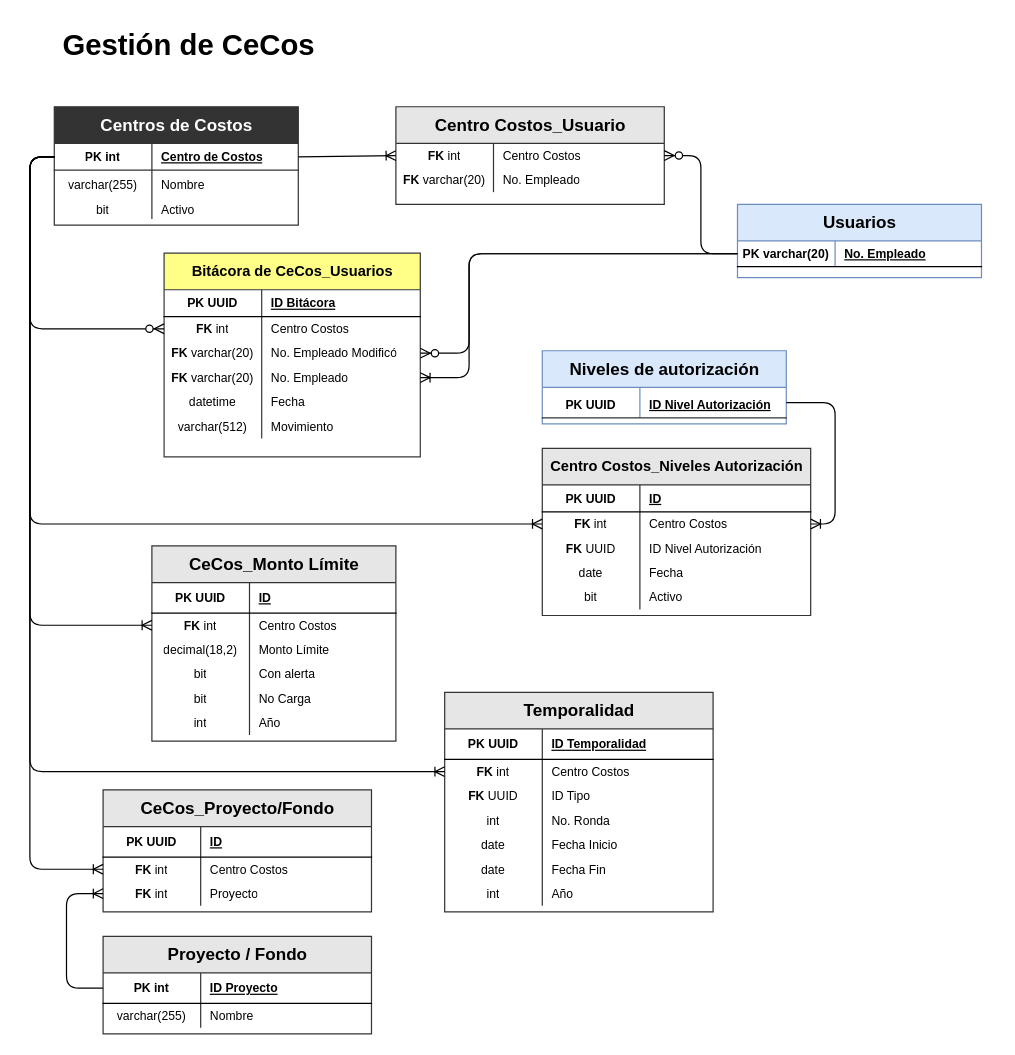
Chucho58/gs-aiws keeps this draw.io diagram as page "Gestión de CeCos" (3 of 3) of Untitled Diagram.drawio. Above is the earlier version. Source tidied: cells renumbered, new cells numbered last; positions are measured from the earlier drawing's top-left corner, leaving out a move shared by most shapes. Both pictures are drawn from the tidied source at 122%, with x=0, y=0 at pixel (29, 21).
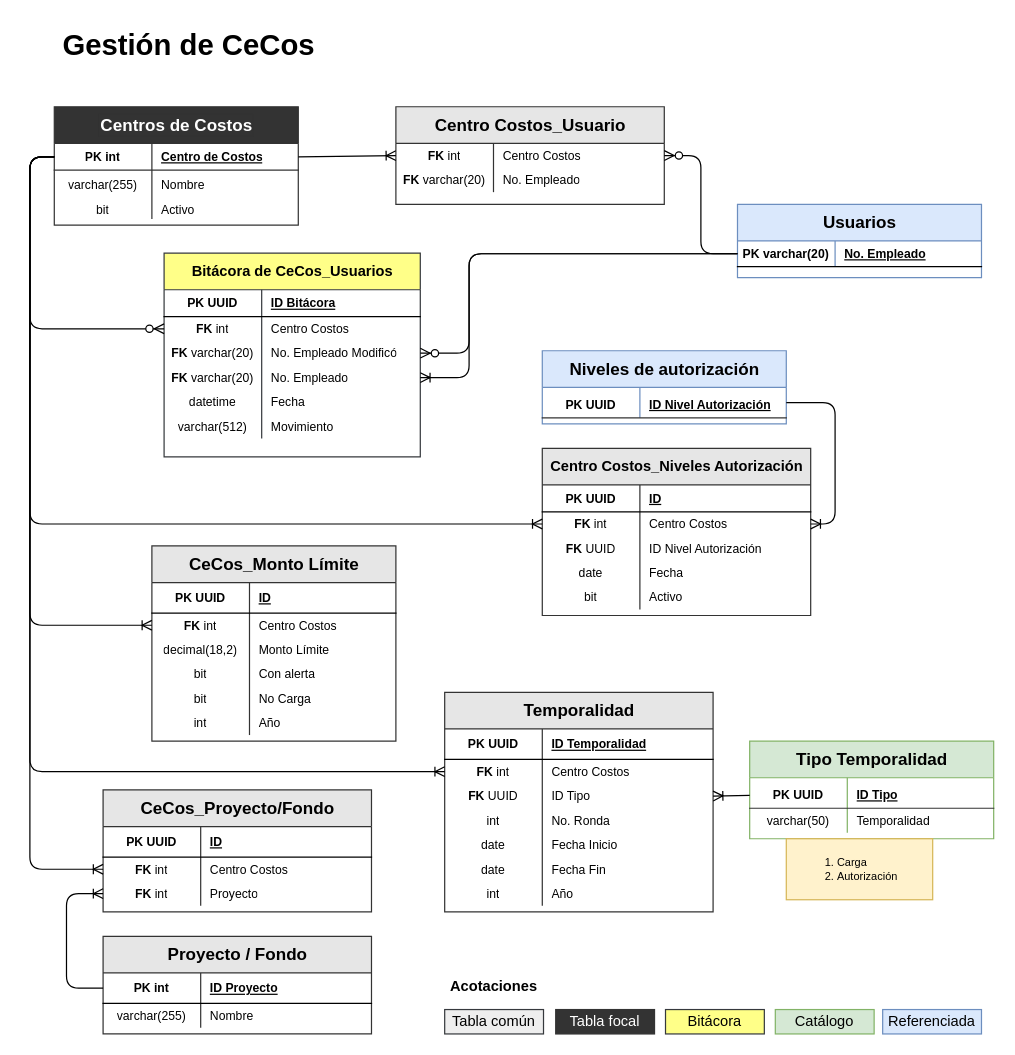
Above is the later version.

The change refers to these unchanged cells:
```xml
<mxCell id="107" style="shape=tableRow;horizontal=0;startSize=0;swimlaneHead=0;swimlaneBody=0;fillColor=none;points=[[0,0.5],[1,0.5]];portConstraint=eastwest;top=0;left=0;right=0;bottom=0;labelBackgroundColor=none;labelBorderColor=#333333;fontSize=12;fontColor=#000000;strokeColor=#333333;html=1;" parent="100" vertex="1">
  <mxGeometry y="75" width="220" height="20" as="geometry" />
</mxCell>
```

What changed in the source:
```diff
@@
+    <mxCell id="132" value="&lt;font style=&quot;font-size: 14px&quot;&gt;Tipo Temporalidad&lt;/font&gt;" style="shape=table;startSize=30;childLayout=tableLayout;rowLines=0;fontStyle=1;align=center;labelBackgroundColor=none;labelBorderColor=none;fontSize=12;strokeColor=#82b366;fillColor=#d5e8d4;html=1;" parent="1" vertex="1">
+      <mxGeometry x="590" y="590" width="200" height="80" as="geometry" />
+    </mxCell>
+    <mxCell id="133" style="shape=tableRow;horizontal=0;startSize=0;swimlaneHead=0;swimlaneBody=0;fillColor=none;points=[[0,0.5],[1,0.5]];portConstraint=eastwest;top=0;left=0;right=0;bottom=1;labelBackgroundColor=none;labelBorderColor=none;fontSize=14;fontColor=#000000;strokeColor=#333333;html=1;" parent="132" vertex="1">
+      <mxGeometry y="30" width="200" height="25" as="geometry" />
+    </mxCell>
+    <mxCell id="134" value="&lt;font style=&quot;font-size: 10px&quot;&gt;PK UUID&lt;/font&gt;" style="shape=partialRectangle;fillColor=none;top=0;left=0;bottom=0;right=0;fontStyle=1;overflow=hidden;labelBackgroundColor=none;labelBorderColor=none;fontSize=14;fontColor=#000000;strokeColor=#333333;html=1;" parent="133" vertex="1">
+      <mxGeometry width="80" height="25" as="geometry" />
+    </mxCell>
+    <mxCell id="135" value="&lt;font style=&quot;font-size: 10px&quot;&gt;ID Tipo&lt;/font&gt;" style="shape=partialRectangle;fillColor=none;top=0;left=0;bottom=0;right=0;align=left;spacingLeft=6;fontStyle=5;overflow=hidden;labelBackgroundColor=none;labelBorderColor=none;fontSize=14;fontColor=#000000;strokeColor=#333333;html=1;" parent="133" vertex="1">
+      <mxGeometry x="80" width="120" height="25" as="geometry" />
+    </mxCell>
+    <mxCell id="136" style="shape=tableRow;horizontal=0;startSize=0;swimlaneHead=0;swimlaneBody=0;fillColor=none;top=0;left=0;right=0;bottom=0;labelBackgroundColor=none;labelBorderColor=#333333;fontSize=12;fontColor=#000000;strokeColor=#333333;html=1;" parent="132" vertex="1">
+      <mxGeometry y="55" width="200" height="20" as="geometry" />
+    </mxCell>
+    <mxCell id="137" value="&lt;font style=&quot;font-size: 10px&quot;&gt;varchar(50)&lt;/font&gt;" style="shape=partialRectangle;fillColor=none;top=0;left=0;bottom=0;right=0;overflow=hidden;labelBackgroundColor=none;labelBorderColor=none;fontSize=12;fontColor=#000000;strokeColor=#333333;html=1;" parent="136" vertex="1">
+      <mxGeometry width="80" height="20" as="geometry" />
+    </mxCell>
+    <mxCell id="138" value="&lt;font style=&quot;font-size: 10px&quot;&gt;Temporalidad&lt;br&gt;&lt;/font&gt;" style="shape=partialRectangle;fillColor=none;top=0;left=0;bottom=0;right=0;align=left;spacingLeft=6;overflow=hidden;labelBackgroundColor=none;labelBorderColor=none;fontSize=12;fontColor=#000000;strokeColor=#333333;html=1;" parent="136" vertex="1">
+      <mxGeometry x="80" width="120" height="20" as="geometry" />
+    </mxCell>
+    <mxCell id="139" style="fontSize=12;html=1;endArrow=ERoneToMany;rounded=1;sketch=0;endSize=6;sourcePerimeterSpacing=0;targetPerimeterSpacing=0;strokeColor=default;jumpStyle=sharp;jumpSize=0;entryX=1;entryY=0.5;entryDx=0;entryDy=0;" parent="1" edge="1" source="133" target="107">
+      <mxGeometry relative="1" as="geometry" />
+    </mxCell>
+    <mxCell id="140" value="&lt;blockquote style=&quot;margin: 0 0 0 40px ; border: none ; padding: 0px&quot;&gt;&lt;/blockquote&gt;&lt;ol&gt;&lt;li&gt;&lt;span&gt;Carga&lt;/span&gt;&lt;/li&gt;&lt;li&gt;&lt;span&gt;Autorización&lt;/span&gt;&lt;/li&gt;&lt;/ol&gt;" style="text;html=1;strokeColor=#d6b656;fillColor=#fff2cc;align=left;verticalAlign=middle;whiteSpace=wrap;overflow=hidden;fontSize=9;fontColor=#000000;" parent="1" vertex="1">
+      <mxGeometry x="620" y="670" width="120" height="50" as="geometry" />
+    </mxCell>
+    <mxCell id="141" value="Tabla común" style="text;html=1;strokeColor=#36393d;fillColor=#eeeeee;align=center;verticalAlign=middle;whiteSpace=wrap;overflow=hidden;fontSize=12;" parent="1" vertex="1">
+      <mxGeometry x="340" y="810" width="81" height="20" as="geometry" />
+    </mxCell>
+    <mxCell id="142" value="Tabla focal" style="text;html=1;strokeColor=#333333;fillColor=#333333;align=center;verticalAlign=middle;whiteSpace=wrap;overflow=hidden;fontSize=12;fontColor=#ffffff;" parent="1" vertex="1">
+      <mxGeometry x="431" y="810" width="81" height="20" as="geometry" />
+    </mxCell>
+    <mxCell id="143" value="Bitácora" style="text;html=1;strokeColor=#36393d;fillColor=#ffff88;align=center;verticalAlign=middle;whiteSpace=wrap;overflow=hidden;fontSize=12;" parent="1" vertex="1">
+      <mxGeometry x="521" y="810" width="81" height="20" as="geometry" />
+    </mxCell>
+    <mxCell id="144" value="Catálogo" style="text;html=1;strokeColor=#82b366;fillColor=#d5e8d4;align=center;verticalAlign=middle;whiteSpace=wrap;overflow=hidden;fontSize=12;fontColor=#000000;" parent="1" vertex="1">
+      <mxGeometry x="611" y="810" width="81" height="20" as="geometry" />
+    </mxCell>
+    <mxCell id="145" value="&lt;h3&gt;&lt;font style=&quot;font-size: 12px&quot;&gt;Acotaciones&lt;/font&gt;&lt;/h3&gt;" style="text;strokeColor=none;fillColor=none;html=1;fontSize=24;fontStyle=1;verticalAlign=middle;align=center;fontColor=#000000;horizontal=1;" parent="1" vertex="1">
+      <mxGeometry x="340" y="780" width="80.5" height="10" as="geometry" />
+    </mxCell>
+    <mxCell id="146" value="Referenciada" style="text;html=1;strokeColor=#6c8ebf;fillColor=#dae8fc;align=center;verticalAlign=middle;whiteSpace=wrap;overflow=hidden;fontSize=12;" parent="1" vertex="1">
+      <mxGeometry x="699" y="810" width="81" height="20" as="geometry" />
+    </mxCell>
```
